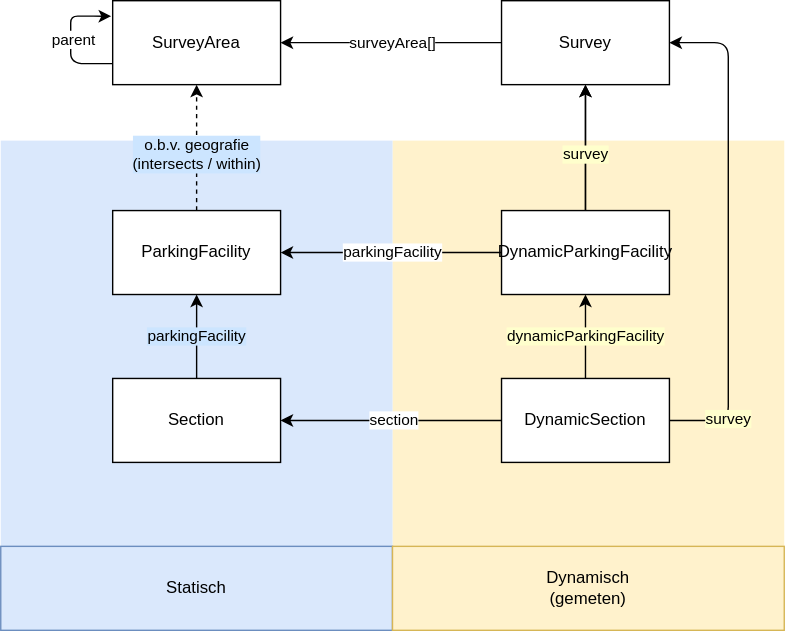
Above: api-fiets/docs/objecten.drawio.svg in bertrik-sikken-technolution/datastandaard-fietsparkeren (draw.io), before the change. Source tidied: cells renumbered, new cells last; positions are measured from the earlier drawing's top-left corner, leaving out a move shared by most shapes.
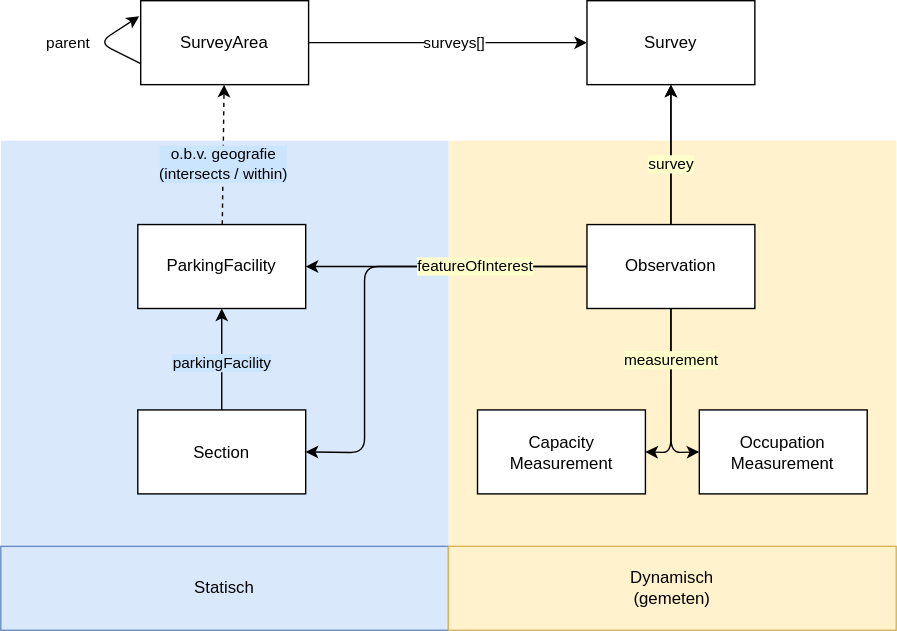
After the change.

Commit message:
fix(afb): Voor #11 en Measurements

Diff of the diagram source:
```diff
@@ -3,36 +3,43 @@
     <mxCell id="0" />
     <mxCell id="1" parent="0" />
     <mxCell id="2" style="rounded=0;whiteSpace=wrap;html=1;labelBackgroundColor=#FFFFFF;fillColor=#fff2cc;strokeColor=none;" parent="1" vertex="1">
-      <mxGeometry x="280" y="100" width="280" height="290" as="geometry" />
+      <mxGeometry x="280" y="-70" width="320" height="350" as="geometry" />
     </mxCell>
+    <mxCell id="31" style="edgeStyle=none;html=1;labelBackgroundColor=#FFFFCC;entryX=1;entryY=0.5;entryDx=0;entryDy=0;" parent="1" edge="1" source="13" target="36">
+      <mxGeometry relative="1" as="geometry">
+        <Array as="points">
+          <mxPoint x="439" y="153" />
+        </Array>
+      </mxGeometry>
+    </mxCell>
     <mxCell id="3" style="rounded=0;whiteSpace=wrap;html=1;labelBackgroundColor=#FFFFFF;fillColor=#dae8fc;strokeColor=none;" parent="1" vertex="1">
-      <mxGeometry y="100" width="280" height="290" as="geometry" />
+      <mxGeometry x="-40" y="-70" width="320" height="350" as="geometry" />
     </mxCell>
+    <mxCell id="32" style="edgeStyle=none;html=1;entryX=1;entryY=0.5;entryDx=0;entryDy=0;labelBackgroundColor=#FFFFCC;" parent="1" edge="1" source="13" target="26">
+      <mxGeometry relative="1" as="geometry">
+        <Array as="points">
+          <mxPoint x="220" y="20" />
+          <mxPoint x="220" y="153" />
+        </Array>
+      </mxGeometry>
+    </mxCell>
     <mxCell id="4" value="SurveyArea" style="rounded=0;whiteSpace=wrap;html=1;" parent="1" vertex="1">
-      <mxGeometry x="80" width="120" height="60" as="geometry" />
+      <mxGeometry x="60" y="-170" width="120" height="60" as="geometry" />
     </mxCell>
-    <mxCell id="5" style="edgeStyle=none;html=1;" parent="1" edge="1" source="7" target="4">
+    <mxCell id="5" style="edgeStyle=none;html=1;startArrow=classic;startFill=1;endArrow=none;endFill=0;" parent="1" edge="1" source="7" target="4">
       <mxGeometry relative="1" as="geometry" />
     </mxCell>
-    <mxCell id="6" value="surveyArea[]" style="edgeLabel;html=1;align=center;verticalAlign=middle;" parent="5" vertex="1">
+    <mxCell id="6" value="surveys[]" style="edgeLabel;html=1;align=center;verticalAlign=middle;" parent="5" vertex="1">
       <mxGeometry x="-0.16" y="1" relative="1" as="geometry">
         <mxPoint x="-12" y="-1" as="offset" />
       </mxGeometry>
     </mxCell>
     <mxCell id="7" value="Survey" style="rounded=0;whiteSpace=wrap;html=1;" parent="1" vertex="1">
-      <mxGeometry x="357.9" width="120" height="60" as="geometry" />
+      <mxGeometry x="379" y="-170" width="120" height="60" as="geometry" />
     </mxCell>
     <mxCell id="8" style="edgeStyle=none;html=1;" parent="1" edge="1" source="13" target="7">
       <mxGeometry relative="1" as="geometry" />
     </mxCell>
-    <mxCell id="9" style="edgeStyle=none;html=1;" parent="1" edge="1" source="13" target="23">
-      <mxGeometry relative="1" as="geometry" />
-    </mxCell>
-    <mxCell id="10" value="parkingFacility" style="edgeLabel;html=1;align=center;verticalAlign=middle;" parent="9" vertex="1">
-      <mxGeometry x="0.29" y="-1" relative="1" as="geometry">
-        <mxPoint x="24" y="1" as="offset" />
-      </mxGeometry>
-    </mxCell>
     <mxCell id="11" style="edgeStyle=none;html=1;" parent="1" edge="1" source="13" target="7">
       <mxGeometry relative="1" as="geometry" />
     </mxCell>
@@ -41,39 +48,24 @@
         <mxPoint y="-12" as="offset" />
       </mxGeometry>
     </mxCell>
+    <mxCell id="9" style="edgeStyle=none;html=1;" parent="1" edge="1" source="13" target="23">
+      <mxGeometry relative="1" as="geometry" />
+    </mxCell>
+    <mxCell id="33" value="featureOfInterest" style="edgeLabel;html=1;align=center;verticalAlign=middle;labelBackgroundColor=#FFFFCC;" parent="9" vertex="1">
+      <mxGeometry x="-0.26" y="1" relative="1" as="geometry">
+        <mxPoint x="-5" y="-1" as="offset" />
+      </mxGeometry>
+    </mxCell>
+    <mxCell id="34" value="measurement" style="edgeStyle=none;html=1;entryX=0;entryY=0.5;entryDx=0;entryDy=0;labelBackgroundColor=#FFFFCC;" parent="1" edge="1" source="13" target="35">
+      <mxGeometry x="-0.4" relative="1" as="geometry">
+        <Array as="points">
+          <mxPoint x="439" y="153" />
+        </Array>
+      </mxGeometry>
+    </mxCell>
-    <mxCell id="13" value="DynamicParkingFacility" style="rounded=0;whiteSpace=wrap;html=1;" parent="1" vertex="1">
-      <mxGeometry x="357.9" y="150" width="120" height="60" as="geometry" />
+    <mxCell id="13" value="Observation" style="rounded=0;whiteSpace=wrap;html=1;" parent="1" vertex="1">
+      <mxGeometry x="379" y="-10" width="120" height="60" as="geometry" />
     </mxCell>
-    <mxCell id="14" style="edgeStyle=none;html=1;" parent="1" edge="1" source="20" target="7">
-      <mxGeometry relative="1" as="geometry">
-        <Array as="points">
-          <mxPoint x="520" y="300" />
-          <mxPoint x="520" y="30" />
-        </Array>
-      </mxGeometry>
-    </mxCell>
-    <mxCell id="15" value="survey" style="edgeLabel;html=1;align=center;verticalAlign=middle;labelBackgroundColor=#FFFFCC;" parent="14" vertex="1">
-      <mxGeometry x="-0.77" y="1" relative="1" as="geometry" />
-    </mxCell>
-    <mxCell id="16" style="edgeStyle=none;html=1;" parent="1" edge="1" source="20" target="26">
-      <mxGeometry relative="1" as="geometry" />
-    </mxCell>
-    <mxCell id="17" value="section" style="edgeLabel;html=1;align=center;verticalAlign=middle;" parent="16" vertex="1">
-      <mxGeometry x="0.25" y="1" relative="1" as="geometry">
-        <mxPoint x="21" y="-1" as="offset" />
-      </mxGeometry>
-    </mxCell>
-    <mxCell id="18" style="edgeStyle=none;html=1;" parent="1" edge="1" source="20" target="13">
-      <mxGeometry relative="1" as="geometry" />
-    </mxCell>
-    <mxCell id="19" value="dynamicParkingFacility" style="edgeLabel;html=1;align=center;verticalAlign=middle;labelBackgroundColor=#FFFFCC;" parent="18" vertex="1">
-      <mxGeometry x="-0.27" relative="1" as="geometry">
-        <mxPoint y="-8" as="offset" />
-      </mxGeometry>
-    </mxCell>
-    <mxCell id="20" value="DynamicSection" style="rounded=0;whiteSpace=wrap;html=1;" parent="1" vertex="1">
-      <mxGeometry x="357.9" y="270" width="120" height="60" as="geometry" />
-    </mxCell>
     <mxCell id="21" style="edgeStyle=none;html=1;dashed=1;" parent="1" edge="1" source="23" target="4">
       <mxGeometry relative="1" as="geometry" />
     </mxCell>
@@ -83,7 +75,7 @@
       </mxGeometry>
     </mxCell>
     <mxCell id="23" value="ParkingFacility" style="rounded=0;whiteSpace=wrap;html=1;" parent="1" vertex="1">
-      <mxGeometry x="80" y="150" width="120" height="60" as="geometry" />
+      <mxGeometry x="57.9" y="-10" width="120" height="60" as="geometry" />
     </mxCell>
     <mxCell id="24" style="edgeStyle=none;html=1;" parent="1" edge="1" source="26" target="23">
       <mxGeometry relative="1" as="geometry" />
@@ -94,28 +86,31 @@
       </mxGeometry>
     </mxCell>
     <mxCell id="26" value="Section" style="rounded=0;whiteSpace=wrap;html=1;" parent="1" vertex="1">
-      <mxGeometry x="80" y="270" width="120" height="60" as="geometry" />
+      <mxGeometry x="57.9" y="122.5" width="120" height="60" as="geometry" />
     </mxCell>
     <mxCell id="27" value="Statisch" style="text;html=1;strokeColor=#6c8ebf;fillColor=#dae8fc;align=center;verticalAlign=middle;whiteSpace=wrap;rounded=0;" parent="1" vertex="1">
-      <mxGeometry y="390" width="280" height="60" as="geometry" />
+      <mxGeometry x="-40" y="220" width="320" height="60" as="geometry" />
     </mxCell>
     <mxCell id="28" value="Dynamisch&lt;br&gt;(gemeten)" style="text;html=1;strokeColor=#d6b656;fillColor=#fff2cc;align=center;verticalAlign=middle;whiteSpace=wrap;rounded=0;" parent="1" vertex="1">
-      <mxGeometry x="280" y="390" width="280" height="60" as="geometry" />
+      <mxGeometry x="280" y="220" width="320" height="60" as="geometry" />
     </mxCell>
     <mxCell id="29" style="edgeStyle=none;html=1;exitX=0;exitY=0.75;exitDx=0;exitDy=0;entryX=-0.009;entryY=0.185;entryDx=0;entryDy=0;entryPerimeter=0;" parent="1" edge="1" source="4" target="4">
       <mxGeometry relative="1" as="geometry">
         <Array as="points">
-          <mxPoint x="50" y="45" />
-          <mxPoint x="50" y="30" />
-          <mxPoint x="50" y="11" />
-          <mxPoint x="60" y="11" />
+          <mxPoint x="30" y="-140" />
         </Array>
       </mxGeometry>
     </mxCell>
     <mxCell id="30" value="parent" style="edgeLabel;html=1;align=center;verticalAlign=middle;" parent="29" vertex="1">
       <mxGeometry x="-0.25" y="-2" relative="1" as="geometry">
-        <mxPoint y="-12" as="offset" />
+        <mxPoint x="-30" y="-2" as="offset" />
       </mxGeometry>
     </mxCell>
+    <mxCell id="35" value="Occupation&lt;br&gt;Measurement" style="rounded=0;whiteSpace=wrap;html=1;" parent="1" vertex="1">
+      <mxGeometry x="459.3" y="122.5" width="120" height="60" as="geometry" />
+    </mxCell>
+    <mxCell id="36" value="Capacity&lt;br&gt;Measurement" style="rounded=0;whiteSpace=wrap;html=1;" parent="1" vertex="1">
+      <mxGeometry x="300.7" y="122.5" width="120" height="60" as="geometry" />
+    </mxCell>
   </root>
 </mxGraphModel>
```
